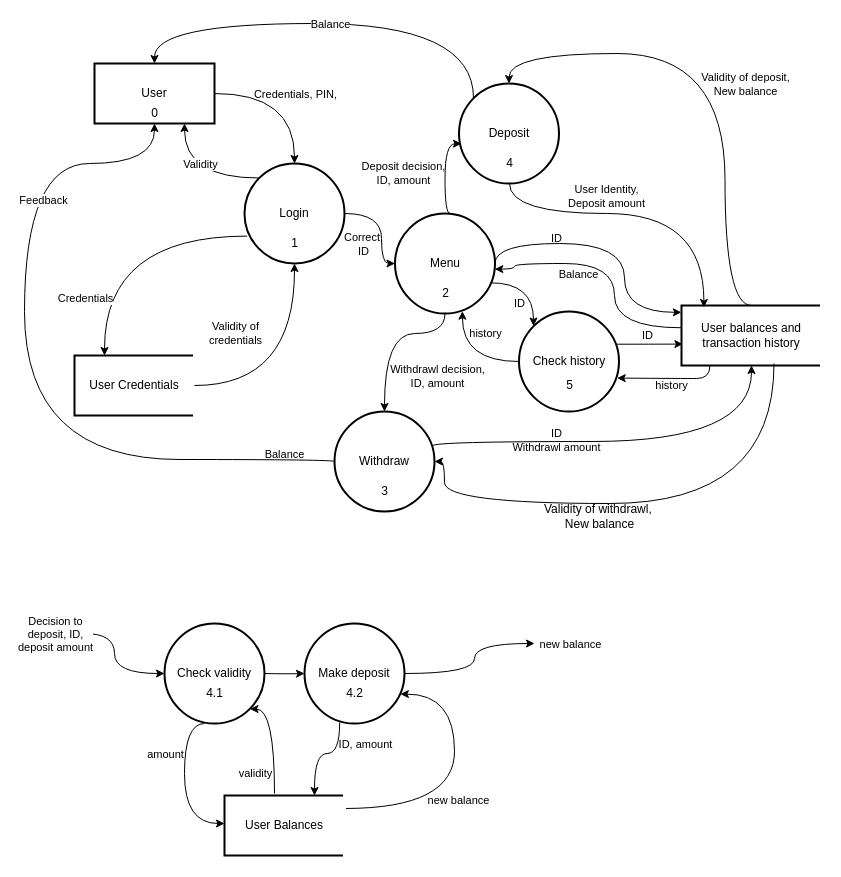
The draw.io diagram page "Data-Flow Diagram" (1 of 2) of PDFs and diagrams/Data Flow Diagram.drawio in Vedvod/Great-Bank, before the edit. Source tidied: cells renumbered, new cells numbered last; positions are measured from the earlier drawing's top-left corner, leaving out a move shared by most shapes. Both pictures are drawn from the tidied source at 100%, with x=0, y=0 at pixel (24, 23).
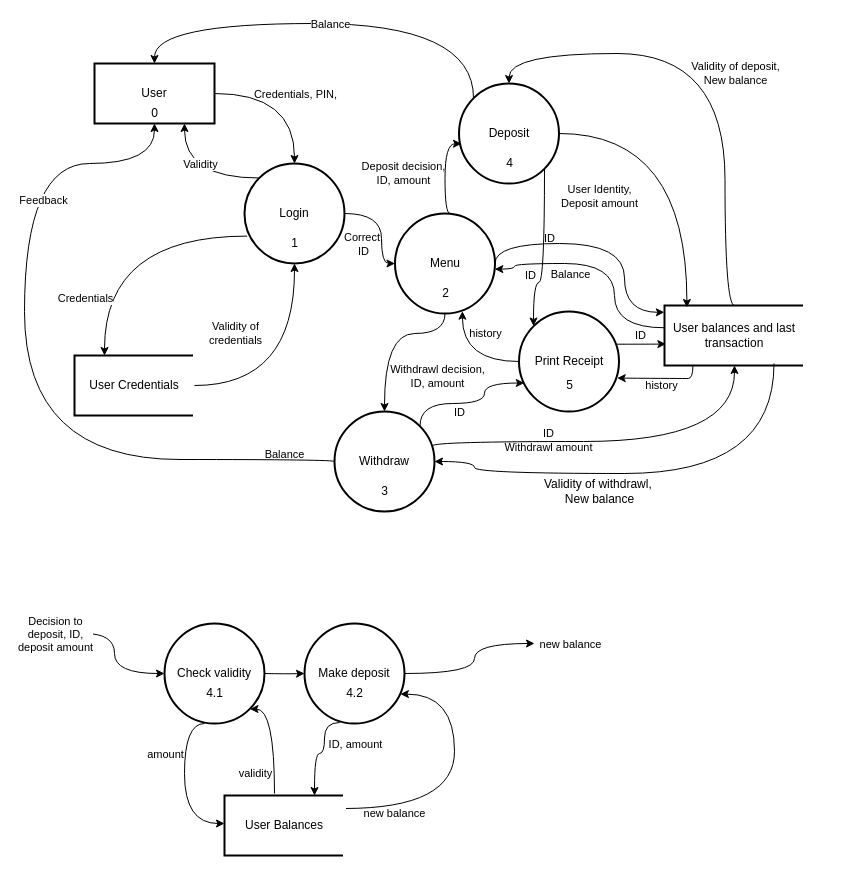
The same page after the edit.

The change refers to these unchanged cells:
```xml
<mxCell id="26" value="Deposit" style="strokeWidth=2;html=1;shape=mxgraph.flowchart.start_2;whiteSpace=wrap;" parent="1" vertex="1">
  <mxGeometry x="434.5" y="60" width="100" height="100" as="geometry" />
</mxCell>
<mxCell id="29" value="Withdraw" style="strokeWidth=2;html=1;shape=mxgraph.flowchart.start_2;whiteSpace=wrap;" parent="1" vertex="1">
  <mxGeometry x="310" y="388" width="100" height="100" as="geometry" />
</mxCell>
<mxCell id="40" value="Menu" style="strokeWidth=2;html=1;shape=mxgraph.flowchart.start_2;whiteSpace=wrap;labelBackgroundColor=none;" parent="1" vertex="1">
  <mxGeometry x="370.5" y="190" width="100" height="100" as="geometry" />
</mxCell>
<mxCell id="53" value="Make deposit" style="strokeWidth=2;html=1;shape=mxgraph.flowchart.start_2;whiteSpace=wrap;labelBackgroundColor=none;" parent="1" vertex="1">
  <mxGeometry x="280" y="600" width="100" height="100" as="geometry" />
</mxCell>
<mxCell id="72" style="curved=1;endArrow=classic;html=1;fontSize=6;edgeStyle=orthogonalEdgeStyle;entryX=0.959;entryY=0.706;entryDx=0;entryDy=0;entryPerimeter=0;" parent="1" edge="1" source="75" target="53">
  <mxGeometry relative="1" as="geometry">
    <Array as="points">
      <mxPoint x="430" y="785" />
      <mxPoint x="430" y="671" />
    </Array>
  </mxGeometry>
</mxCell>
<mxCell id="75" value="User Balances" style="rounded=0;whiteSpace=wrap;html=1;strokeWidth=2;" parent="74" vertex="1">
  <mxGeometry y="2" width="120" height="60" as="geometry" />
</mxCell>
```

Change to the diagram source:
```diff
@@
     <mxCell id="5" style="group;" parent="1" vertex="1">
-      <mxGeometry x="657" y="280" width="140" height="64" as="geometry" />
+      <mxGeometry x="640" y="280" width="140" height="64" as="geometry" />
     </mxCell>
-    <mxCell id="6" value="User balances and transaction history" style="rounded=0;whiteSpace=wrap;html=1;strokeWidth=2;" parent="5" vertex="1">
+    <mxCell id="6" value="User balances and last transaction" style="rounded=0;whiteSpace=wrap;html=1;strokeWidth=2;" parent="5" vertex="1">
       <mxGeometry y="2" width="140" height="60" as="geometry" />
     </mxCell>
@@
-    <mxCell id="19" style="curved=1;endArrow=none;html=1;fontSize=6;edgeStyle=orthogonalEdgeStyle;exitX=0.16;exitY=0.033;exitDx=0;exitDy=0;startArrow=classic;startFill=1;endFill=0;exitPerimeter=0;" parent="1" edge="1" source="6" target="26">
+    <mxCell id="19" style="curved=1;endArrow=none;html=1;fontSize=6;edgeStyle=orthogonalEdgeStyle;exitX=0.16;exitY=0.033;exitDx=0;exitDy=0;startArrow=classic;startFill=1;endFill=0;exitPerimeter=0;entryX=1;entryY=0.5;entryDx=0;entryDy=0;entryPerimeter=0;" parent="1" edge="1" source="6" target="26">
       <mxGeometry relative="1" as="geometry">
         <Array as="points">
-          <mxPoint x="679" y="190" />
-          <mxPoint x="485" y="190" />
+          <mxPoint x="662" y="110" />
         </Array>
       </mxGeometry>
     </mxCell>
     <mxCell id="20" value="Validity of deposit,&lt;br&gt;New balance" style="edgeLabel;html=1;align=center;verticalAlign=middle;labelBackgroundColor=none;" parent="19" vertex="1">
       <mxGeometry x="0.1" y="2" relative="1" as="geometry">
-        <mxPoint x="122" y="-132" as="offset" />
+        <mxPoint x="49.6" y="-68" as="offset" />
       </mxGeometry>
     </mxCell>
@@
     <mxCell id="34" style="curved=1;endArrow=classic;html=1;fontSize=6;edgeStyle=orthogonalEdgeStyle;entryX=0.5;entryY=1;entryDx=0;entryDy=0;exitX=0.981;exitY=0.343;exitDx=0;exitDy=0;exitPerimeter=0;" parent="1" edge="1" source="29" target="6">
       <mxGeometry relative="1" as="geometry">
         <Array as="points">
           <mxPoint x="408" y="418" />
-          <mxPoint x="727" y="418" />
+          <mxPoint x="710" y="418" />
         </Array>
       </mxGeometry>
     </mxCell>
@@
     <mxCell id="36" style="curved=1;endArrow=classic;html=1;fontSize=6;edgeStyle=orthogonalEdgeStyle;entryX=1;entryY=0.5;entryDx=0;entryDy=0;entryPerimeter=0;" parent="1" edge="1" target="29">
       <mxGeometry relative="1" as="geometry">
         <mxPoint x="749.5" y="340" as="sourcePoint" />
         <Array as="points">
-          <mxPoint x="750" y="480" />
-          <mxPoint x="420" y="480" />
-          <mxPoint x="420" y="438" />
+          <mxPoint x="750" y="450" />
+          <mxPoint x="450" y="450" />
+          <mxPoint x="450" y="438" />
         </Array>
       </mxGeometry>
     </mxCell>
@@
     <mxCell id="43" value="Validity of withdrawl,&amp;nbsp;&lt;br&gt;New balance" style="text;html=1;align=center;verticalAlign=middle;" parent="1" vertex="1">
-      <mxGeometry x="510" y="478" width="130" height="30" as="geometry" />
+      <mxGeometry x="510" y="453" width="130" height="30" as="geometry" />
     </mxCell>
@@
-    <mxCell id="57" value="Check history" style="strokeWidth=2;html=1;shape=mxgraph.flowchart.start_2;whiteSpace=wrap;labelBackgroundColor=none;" parent="1" vertex="1">
+    <mxCell id="57" value="Print Receipt" style="strokeWidth=2;html=1;shape=mxgraph.flowchart.start_2;whiteSpace=wrap;labelBackgroundColor=none;" parent="1" vertex="1">
       <mxGeometry x="494.5" y="288" width="100" height="100" as="geometry" />
     </mxCell>
-    <mxCell id="58" style="curved=1;endArrow=classic;html=1;fontSize=6;edgeStyle=orthogonalEdgeStyle;exitX=0.953;exitY=0.693;exitDx=0;exitDy=0;exitPerimeter=0;entryX=0.145;entryY=0.145;entryDx=0;entryDy=0;entryPerimeter=0;" parent="1" edge="1" source="40" target="57">
+    <mxCell id="58" style="curved=1;endArrow=classic;html=1;fontSize=6;edgeStyle=orthogonalEdgeStyle;exitX=0.855;exitY=0.855;exitDx=0;exitDy=0;exitPerimeter=0;entryX=0.145;entryY=0.145;entryDx=0;entryDy=0;entryPerimeter=0;" parent="1" edge="1" source="26" target="57">
       <mxGeometry relative="1" as="geometry">
         <Array as="points">
+          <mxPoint x="520" y="259" />
           <mxPoint x="509" y="259" />
         </Array>
       </mxGeometry>
     </mxCell>
@@
     <mxCell id="70" style="curved=1;endArrow=classic;html=1;fontSize=6;edgeStyle=orthogonalEdgeStyle;exitX=0.352;exitY=0.99;exitDx=0;exitDy=0;exitPerimeter=0;entryX=0.75;entryY=0;entryDx=0;entryDy=0;" parent="1" edge="1" source="53" target="75">
       <mxGeometry relative="1" as="geometry">
         <Array as="points">
-          <mxPoint x="315" y="730" />
+          <mxPoint x="300" y="699" />
+          <mxPoint x="300" y="730" />
           <mxPoint x="290" y="730" />
         </Array>
       </mxGeometry>
     </mxCell>
     <mxCell id="71" value="ID, amount" style="edgeLabel;html=1;align=center;verticalAlign=middle;labelBackgroundColor=none;" parent="70" vertex="1">
       <mxGeometry x="-0.01" y="5" relative="1" as="geometry">
-        <mxPoint x="43.6" y="-15" as="offset" />
+        <mxPoint x="32.8" y="-15" as="offset" />
       </mxGeometry>
     </mxCell>
@@
     <mxCell id="73" value="new balance" style="edgeLabel;html=1;align=center;verticalAlign=middle;labelBackgroundColor=none;" parent="72" vertex="1">
       <mxGeometry x="-0.58" y="6" relative="1" as="geometry">
-        <mxPoint x="55.6" y="-3" as="offset" />
+        <mxPoint x="-8.3" y="10.9" as="offset" />
       </mxGeometry>
     </mxCell>
@@
+    <mxCell id="79" style="curved=1;endArrow=classic;html=1;fontSize=6;edgeStyle=orthogonalEdgeStyle;exitX=0.855;exitY=0.145;exitDx=0;exitDy=0;exitPerimeter=0;entryX=0.053;entryY=0.715;entryDx=0;entryDy=0;entryPerimeter=0;" parent="1" edge="1" source="29" target="57">
+      <mxGeometry relative="1" as="geometry">
+        <Array as="points">
+          <mxPoint x="396" y="380" />
+          <mxPoint x="460" y="380" />
+          <mxPoint x="460" y="359" />
+        </Array>
+      </mxGeometry>
+    </mxCell>
+    <mxCell id="80" style="edgeLabel;html=1;align=center;verticalAlign=middle;" parent="79" vertex="1">
+      <mxGeometry x="-0.14" relative="1" as="geometry" />
+    </mxCell>
+    <mxCell id="81" value="ID" style="edgeLabel;html=1;align=center;verticalAlign=middle;labelBackgroundColor=none;" parent="1" vertex="1">
+      <mxGeometry x="434.5" y="388" as="geometry" />
+    </mxCell>
```
